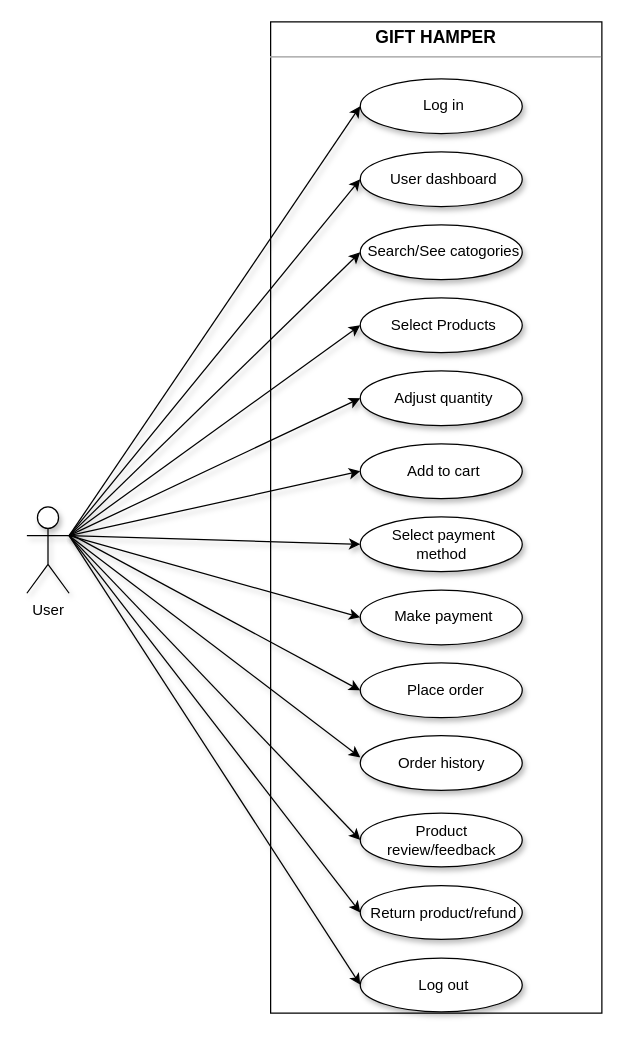
The draw.io diagram page "User Case" (3 of 8) of Usecase userside.drawio in panchalbhavya2210/gift_documentation, before the edit. Source tidied: cells renumbered, new cells numbered last; positions are measured from the earlier drawing's top-left corner, leaving out a move shared by most shapes. Both pictures are drawn from the tidied source at 125%, with x=0, y=0 at pixel (26, 21).
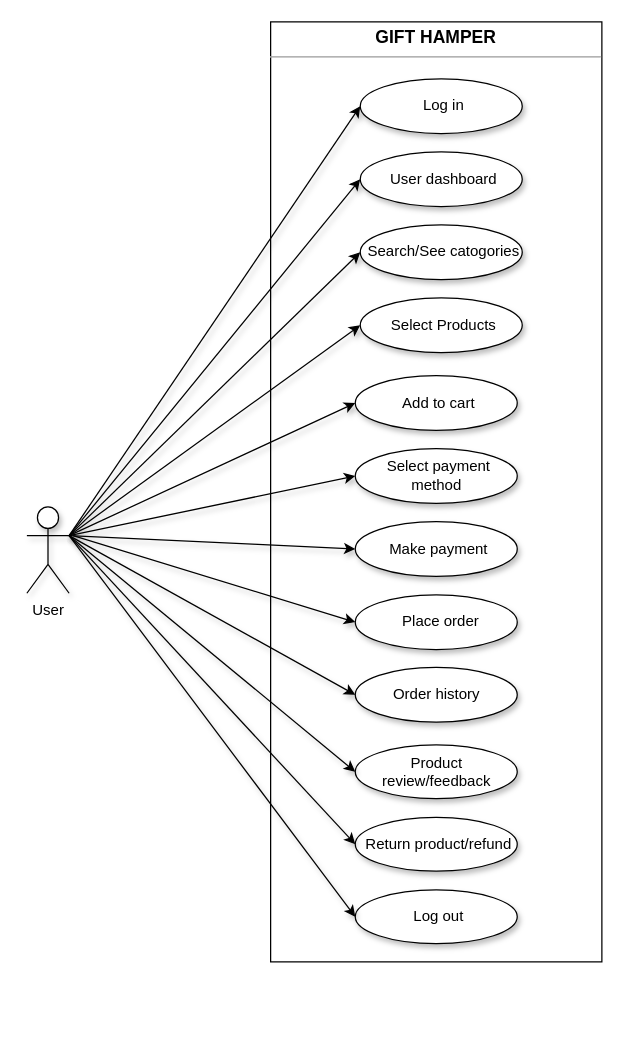
The same page after the edit.

Unchanged cells that the change refers to:
```xml
<mxCell id="6" value="User" style="shape=umlActor;verticalLabelPosition=bottom;verticalAlign=top;html=1;outlineConnect=0;shadow=1;" parent="1" vertex="1">
  <mxGeometry y="388" width="33.8" height="69.1" as="geometry" />
</mxCell>
```

What changed in the source:
```diff
@@
     <mxCell id="2" value="&lt;p style=&quot;margin: 4px 0px 0px; font-size: 14px;&quot;&gt;&lt;b style=&quot;&quot;&gt;&lt;font style=&quot;font-size: 14px;&quot;&gt;GIFT HAMPER&lt;/font&gt;&lt;/b&gt;&lt;/p&gt;&lt;hr style=&quot;font-size: 14px;&quot; size=&quot;1&quot;&gt;&lt;div style=&quot;height: 2px; font-size: 14px;&quot;&gt;&lt;/div&gt;" style="verticalAlign=top;align=center;overflow=fill;fontSize=12;fontFamily=Helvetica;html=1;fillStyle=auto;strokeColor=default;fillColor=default;gradientColor=none;" parent="1" vertex="1">
-      <mxGeometry x="195" width="265" height="793" as="geometry" />
+      <mxGeometry x="195" width="265" height="752" as="geometry" />
     </mxCell>
     <mxCell id="3" value="Order history" style="ellipse;whiteSpace=wrap;html=1;shadow=1;" parent="1" vertex="1">
-      <mxGeometry x="266.7" y="571" width="129.6" height="43.8" as="geometry" />
+      <mxGeometry x="262.7" y="516.4" width="129.6" height="43.8" as="geometry" />
     </mxCell>
-    <mxCell id="4" style="rounded=0;jettySize=auto;html=1;exitX=1;exitY=0.3333333333333333;exitDx=0;exitDy=0;exitPerimeter=0;entryX=-0.006;entryY=0.31;entryDx=0;entryDy=0;entryPerimeter=0;shadow=1;" parent="1" edge="1" source="6">
-      <mxGeometry relative="1" as="geometry">
-        <mxPoint x="266.7" y="588.4" as="targetPoint" />
-      </mxGeometry>
+    <mxCell id="4" style="rounded=0;jettySize=auto;html=1;exitX=1;exitY=0.3333333333333333;exitDx=0;exitDy=0;exitPerimeter=0;entryX=0;entryY=0.5;entryDx=0;entryDy=0;shadow=1;" parent="1" edge="1" source="6" target="3">
+      <mxGeometry relative="1" as="geometry" />
     </mxCell>
     <mxCell id="5" value="Product review/feedback" style="ellipse;whiteSpace=wrap;html=1;shadow=1;" parent="1" vertex="1">
-      <mxGeometry x="266.7" y="633" width="129.6" height="43" as="geometry" />
+      <mxGeometry x="262.7" y="578.4" width="129.6" height="43" as="geometry" />
     </mxCell>
@@
-    <mxCell id="11" value="&amp;nbsp;Adjust quantity" style="ellipse;whiteSpace=wrap;html=1;shadow=1;" parent="1" vertex="1">
-      <mxGeometry x="266.7" y="279.2" width="129.6" height="43.8" as="geometry" />
-    </mxCell>
     <mxCell id="12" value="&amp;nbsp;Add to cart" style="ellipse;whiteSpace=wrap;html=1;shadow=1;" parent="1" vertex="1">
-      <mxGeometry x="266.7" y="337.6" width="129.6" height="43.8" as="geometry" />
+      <mxGeometry x="262.7" y="283" width="129.6" height="43.8" as="geometry" />
     </mxCell>
@@
-    <mxCell id="17" style="endArrow=classic;html=1;rounded=0;exitX=1;exitY=0.3333333333333333;exitDx=0;exitDy=0;exitPerimeter=0;entryX=0;entryY=0.5;entryDx=0;entryDy=0;shadow=1;" parent="1" edge="1" source="6" target="11">
-      <mxGeometry relative="1" as="geometry" />
-    </mxCell>
@@
     <mxCell id="19" value="&amp;nbsp;Select payment method" style="ellipse;whiteSpace=wrap;html=1;shadow=1;" parent="1" vertex="1">
-      <mxGeometry x="266.7" y="396" width="129.6" height="43.8" as="geometry" />
+      <mxGeometry x="262.7" y="341.4" width="129.6" height="43.8" as="geometry" />
     </mxCell>
@@
     <mxCell id="21" value="&amp;nbsp;Make payment" style="ellipse;whiteSpace=wrap;html=1;shadow=1;" parent="1" vertex="1">
-      <mxGeometry x="266.7" y="454.5" width="129.6" height="43.8" as="geometry" />
+      <mxGeometry x="262.7" y="399.8" width="129.6" height="43.8" as="geometry" />
     </mxCell>
@@
     <mxCell id="23" value="&amp;nbsp; Place order" style="ellipse;whiteSpace=wrap;html=1;shadow=1;" parent="1" vertex="1">
-      <mxGeometry x="266.7" y="512.9" width="129.6" height="43.8" as="geometry" />
+      <mxGeometry x="262.7" y="458.3" width="129.6" height="43.8" as="geometry" />
     </mxCell>
@@
     <mxCell id="27" value="&amp;nbsp;Return product/refund" style="ellipse;whiteSpace=wrap;html=1;shadow=1;" parent="1" vertex="1">
-      <mxGeometry x="266.7" y="691" width="129.6" height="43" as="geometry" />
+      <mxGeometry x="262.7" y="636.4" width="129.6" height="43" as="geometry" />
     </mxCell>
     <mxCell id="28" value="&amp;nbsp;Log out" style="ellipse;whiteSpace=wrap;html=1;shadow=1;" parent="1" vertex="1">
-      <mxGeometry x="266.7" y="749" width="129.6" height="43" as="geometry" />
+      <mxGeometry x="262.7" y="694.4" width="129.6" height="43" as="geometry" />
     </mxCell>
@@
-    <mxCell id="30" style="rounded=0;jettySize=auto;html=1;exitX=1;exitY=0.3333333333333333;exitDx=0;exitDy=0;exitPerimeter=0;shadow=1;entryX=0;entryY=0.5;entryDx=0;entryDy=0;" parent="1" edge="1" source="6">
-      <mxGeometry relative="1" as="geometry">
-        <mxPoint x="266.7" y="770.3" as="targetPoint" />
-      </mxGeometry>
+    <mxCell id="30" style="rounded=0;jettySize=auto;html=1;exitX=1;exitY=0.3333333333333333;exitDx=0;exitDy=0;exitPerimeter=0;shadow=1;entryX=0;entryY=0.5;entryDx=0;entryDy=0;" parent="1" edge="1" source="6" target="28">
+      <mxGeometry relative="1" as="geometry" />
     </mxCell>
```
